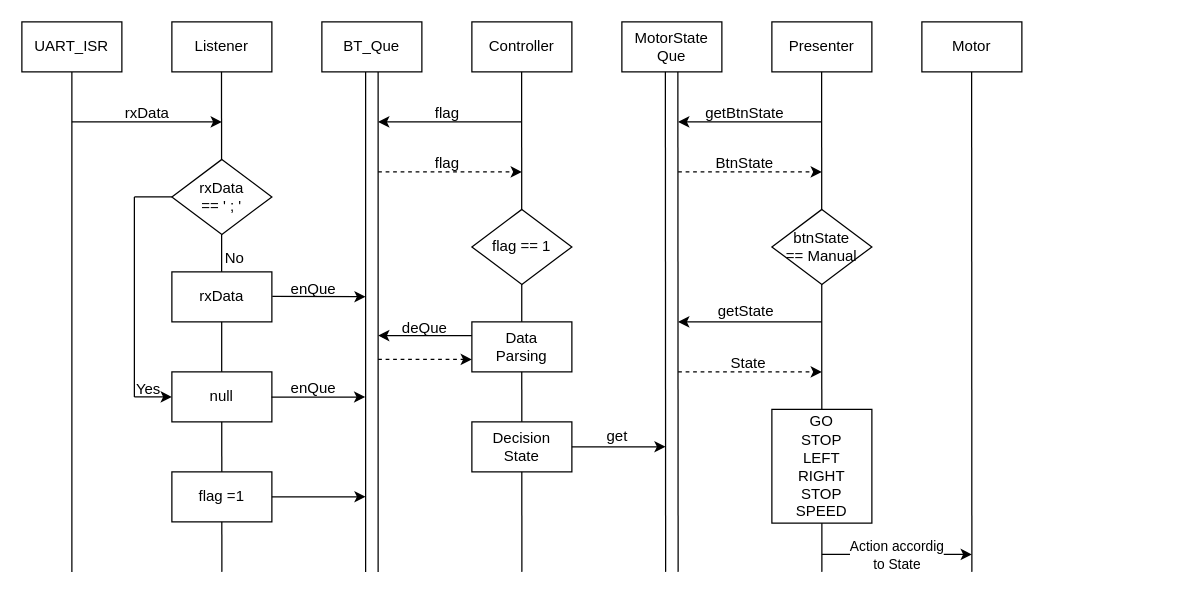
Before: 20240430_RTOS_Bluetooth_MotorControl/sequence diagram.drawio in 98MJ/ARM_RTOS, a draw.io diagram. Source tidied: cells renumbered, new cells numbered last; positions are measured from the earlier drawing's top-left corner, leaving out a move shared by most shapes. Both pictures are drawn from the tidied source at 125%, with x=0, y=0 at pixel (21, 21).
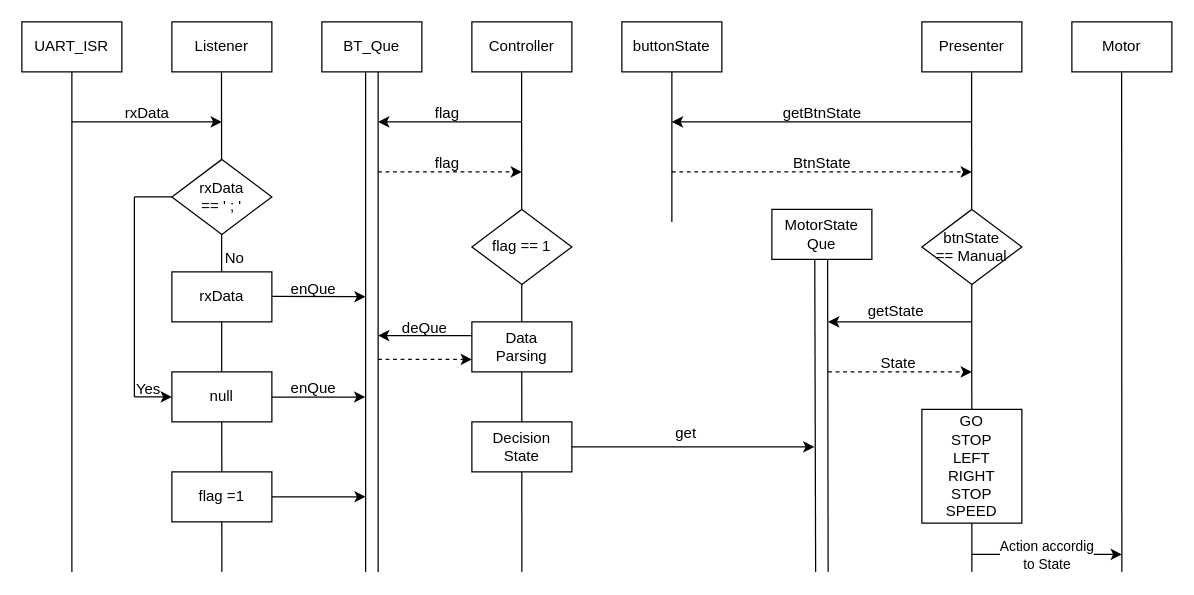
The same diagram, later.

The change refers to these unchanged cells:
```xml
<mxCell id="33" value="Decision&lt;br&gt;State" style="rounded=0;whiteSpace=wrap;html=1;" parent="1" vertex="1">
  <mxGeometry x="360" y="320" width="80" height="40" as="geometry" />
</mxCell>
```

The edit, as a diff of the source:
```diff
@@
     <mxCell id="6" value="MotorState&lt;br&gt;Que" style="rounded=0;whiteSpace=wrap;html=1;" parent="1" vertex="1">
-      <mxGeometry x="480" width="80" height="40" as="geometry" />
+      <mxGeometry x="600" y="150" width="80" height="40" as="geometry" />
     </mxCell>
     <mxCell id="7" value="Presenter" style="rounded=0;whiteSpace=wrap;html=1;" parent="1" vertex="1">
-      <mxGeometry x="600" width="80" height="40" as="geometry" />
+      <mxGeometry x="720" width="80" height="40" as="geometry" />
     </mxCell>
     <mxCell id="8" value="Motor" style="rounded=0;whiteSpace=wrap;html=1;" parent="1" vertex="1">
-      <mxGeometry x="720" width="80" height="40" as="geometry" />
+      <mxGeometry x="840" width="80" height="40" as="geometry" />
     </mxCell>
@@
-    <mxCell id="14" style="endArrow=none;html=1;rounded=0;entryX=0.5;entryY=1;entryDx=0;entryDy=0;" parent="1" edge="1">
+    <mxCell id="14" style="endArrow=none;html=1;rounded=0;entryX=0.557;entryY=0.978;entryDx=0;entryDy=0;entryPerimeter=0;" parent="1" edge="1">
       <mxGeometry relative="1" as="geometry">
-        <mxPoint x="525" y="440" as="sourcePoint" />
-        <mxPoint x="524.8" y="40" as="targetPoint" />
+        <mxPoint x="645" y="440" as="sourcePoint" />
+        <mxPoint x="644.6" y="190.1" as="targetPoint" />
       </mxGeometry>
     </mxCell>
-    <mxCell id="15" style="endArrow=none;html=1;rounded=0;entryX=0.5;entryY=1;entryDx=0;entryDy=0;" parent="1" edge="1">
+    <mxCell id="15" style="endArrow=none;html=1;rounded=0;entryX=0.429;entryY=1.011;entryDx=0;entryDy=0;entryPerimeter=0;" parent="1" edge="1" target="6">
       <mxGeometry relative="1" as="geometry">
-        <mxPoint x="515" y="440" as="sourcePoint" />
-        <mxPoint x="514.8" y="40" as="targetPoint" />
+        <mxPoint x="635" y="440" as="sourcePoint" />
       </mxGeometry>
     </mxCell>
     <mxCell id="16" style="endArrow=none;html=1;rounded=0;entryX=0.5;entryY=1;entryDx=0;entryDy=0;" parent="1" edge="1">
       <mxGeometry relative="1" as="geometry">
-        <mxPoint x="640" y="440" as="sourcePoint" />
-        <mxPoint x="639.8" y="40" as="targetPoint" />
+        <mxPoint x="760" y="440" as="sourcePoint" />
+        <mxPoint x="759.8" y="40" as="targetPoint" />
       </mxGeometry>
     </mxCell>
     <mxCell id="17" style="endArrow=none;html=1;rounded=0;entryX=0.5;entryY=1;entryDx=0;entryDy=0;" parent="1" edge="1">
       <mxGeometry relative="1" as="geometry">
-        <mxPoint x="760" y="440" as="sourcePoint" />
-        <mxPoint x="759.8" y="40" as="targetPoint" />
+        <mxPoint x="880" y="440" as="sourcePoint" />
+        <mxPoint x="879.8" y="40" as="targetPoint" />
       </mxGeometry>
     </mxCell>
@@
-    <mxCell id="36" style="endArrow=classic;html=1;rounded=0;exitX=1.004;exitY=0.491;exitDx=0;exitDy=0;exitPerimeter=0;" parent="1" edge="1">
+    <mxCell id="36" style="endArrow=classic;html=1;rounded=0;exitX=1;exitY=0.5;exitDx=0;exitDy=0;" parent="1" edge="1" source="33">
       <mxGeometry relative="1" as="geometry">
-        <mxPoint x="440" y="339.9" as="sourcePoint" />
-        <mxPoint x="515" y="339.9" as="targetPoint" />
+        <mxPoint x="634" y="340" as="targetPoint" />
       </mxGeometry>
     </mxCell>
     <mxCell id="37" style="endArrow=classic;html=1;rounded=0;" parent="1" edge="1">
       <mxGeometry relative="1" as="geometry">
-        <mxPoint x="640" y="240" as="sourcePoint" />
-        <mxPoint x="525" y="240" as="targetPoint" />
+        <mxPoint x="760" y="240" as="sourcePoint" />
+        <mxPoint x="645" y="240" as="targetPoint" />
         <Array as="points">
-          <mxPoint x="525" y="240" />
+          <mxPoint x="645" y="240" />
         </Array>
       </mxGeometry>
     </mxCell>
     <mxCell id="38" style="endArrow=classic;html=1;rounded=0;dashed=1;" parent="1" edge="1">
       <mxGeometry relative="1" as="geometry">
-        <mxPoint x="525" y="280" as="sourcePoint" />
-        <mxPoint x="640" y="280" as="targetPoint" />
+        <mxPoint x="645" y="280" as="sourcePoint" />
+        <mxPoint x="760" y="280" as="targetPoint" />
       </mxGeometry>
     </mxCell>
     <mxCell id="39" value="GO&lt;div&gt;STOP&lt;/div&gt;&lt;div&gt;LEFT&lt;br&gt;RIGHT&lt;br&gt;STOP&lt;br&gt;SPEED&lt;br&gt;&lt;/div&gt;" style="rounded=0;whiteSpace=wrap;html=1;" parent="1" vertex="1">
-      <mxGeometry x="600" y="310" width="80" height="91" as="geometry" />
+      <mxGeometry x="720" y="310" width="80" height="91" as="geometry" />
     </mxCell>
     <mxCell id="40" style="endArrow=classic;html=1;rounded=0;" parent="1" edge="1">
       <mxGeometry relative="1" as="geometry">
-        <mxPoint x="640" y="426" as="sourcePoint" />
-        <mxPoint x="760" y="426" as="targetPoint" />
+        <mxPoint x="760" y="426" as="sourcePoint" />
+        <mxPoint x="880" y="426" as="targetPoint" />
       </mxGeometry>
     </mxCell>
@@
     <mxCell id="46" value="get" style="text;html=1;align=center;verticalAlign=middle;strokeColor=none;fillColor=none;" parent="1" vertex="1">
-      <mxGeometry x="456" y="317" width="40" height="30" as="geometry" />
+      <mxGeometry x="511" y="314" width="40" height="30" as="geometry" />
     </mxCell>
@@
     <mxCell id="51" value="getState" style="text;html=1;align=center;verticalAlign=middle;strokeColor=none;fillColor=none;" parent="1" vertex="1">
-      <mxGeometry x="544" y="217" width="70" height="30" as="geometry" />
+      <mxGeometry x="664" y="217" width="70" height="30" as="geometry" />
     </mxCell>
     <mxCell id="52" value="State" style="text;html=1;align=center;verticalAlign=middle;strokeColor=none;fillColor=none;" parent="1" vertex="1">
-      <mxGeometry x="556" y="258" width="50" height="30" as="geometry" />
+      <mxGeometry x="676" y="258" width="50" height="30" as="geometry" />
     </mxCell>
     <mxCell id="53" style="endArrow=classic;html=1;rounded=0;" parent="1" edge="1">
       <mxGeometry relative="1" as="geometry">
-        <mxPoint x="640" y="80" as="sourcePoint" />
-        <mxPoint x="525" y="80" as="targetPoint" />
+        <mxPoint x="760" y="80" as="sourcePoint" />
+        <mxPoint x="520" y="80" as="targetPoint" />
       </mxGeometry>
     </mxCell>
     <mxCell id="54" value="getBtn&lt;span style=&quot;color: rgba(0, 0, 0, 0); font-family: monospace; font-size: 0px; text-align: start;&quot;&gt;b3CmxGraphModel%3E%3Croot%3E%3CmxCell%20id%3D%220%22%2F%3E%3CmxCell%20id%3D%221%22%20parent%3D%220%22%2F%3E%3CmxCell%20id%3D%222%22%20value%3D%22%22%20style%3D%22endArrow%3Dclassic%3Bhtml%3D1%3Brounded%3D0%3Bdashed%3D1%3B%22%20edge%3D%221%22%20parent%3D%221%22%3E%3CmxGeometry%20width%3D%2250%22%20height%3D%2250%22%20relative%3D%221%22%20as%3D%22geometry%22%3E%3CmxPoint%20x%3D%22565%22%20y%3D%22160%22%20as%3D%22sourcePoint%22%2F%3E%3CmxPoint%20x%3D%22680%22%20y%3D%22160%22%20as%3D%22targetPoint%22%2F%3E%3C%2FmxGeometry%3E%3C%2FmxCell%3E%3C%2Froot%3E%3C%2FmxGraphModel%3Ef&lt;/span&gt;State" style="text;html=1;align=center;verticalAlign=middle;strokeColor=none;fillColor=none;" parent="1" vertex="1">
-      <mxGeometry x="533" y="58" width="90" height="30" as="geometry" />
+      <mxGeometry x="595" y="58" width="90" height="30" as="geometry" />
     </mxCell>
     <mxCell id="55" style="endArrow=classic;html=1;rounded=0;dashed=1;" parent="1" edge="1">
       <mxGeometry relative="1" as="geometry">
-        <mxPoint x="525" y="120" as="sourcePoint" />
-        <mxPoint x="640" y="120" as="targetPoint" />
+        <mxPoint x="520" y="120" as="sourcePoint" />
+        <mxPoint x="760" y="120" as="targetPoint" />
       </mxGeometry>
     </mxCell>
     <mxCell id="56" value="&lt;div style=&quot;text-align: start;&quot;&gt;&lt;span style=&quot;background-color: initial;&quot;&gt;BtnState&lt;/span&gt;&lt;/div&gt;" style="text;html=1;align=center;verticalAlign=middle;strokeColor=none;fillColor=none;" parent="1" vertex="1">
-      <mxGeometry x="543" y="98" width="70" height="30" as="geometry" />
+      <mxGeometry x="605" y="98" width="70" height="30" as="geometry" />
     </mxCell>
     <mxCell id="57" value="btnState&lt;div&gt;== Manual&lt;/div&gt;" style="rhombus;whiteSpace=wrap;html=1;" parent="1" vertex="1">
-      <mxGeometry x="600" y="150" width="80" height="60" as="geometry" />
+      <mxGeometry x="720" y="150" width="80" height="60" as="geometry" />
     </mxCell>
+    <mxCell id="58" value="buttonState" style="rounded=0;whiteSpace=wrap;html=1;" parent="1" vertex="1">
+      <mxGeometry x="480" width="80" height="40" as="geometry" />
+    </mxCell>
+    <mxCell id="59" style="endArrow=none;html=1;rounded=0;entryX=0.5;entryY=1;entryDx=0;entryDy=0;" parent="1" edge="1" target="58">
+      <mxGeometry relative="1" as="geometry">
+        <mxPoint x="520" y="160" as="sourcePoint" />
+      </mxGeometry>
+    </mxCell>
```
